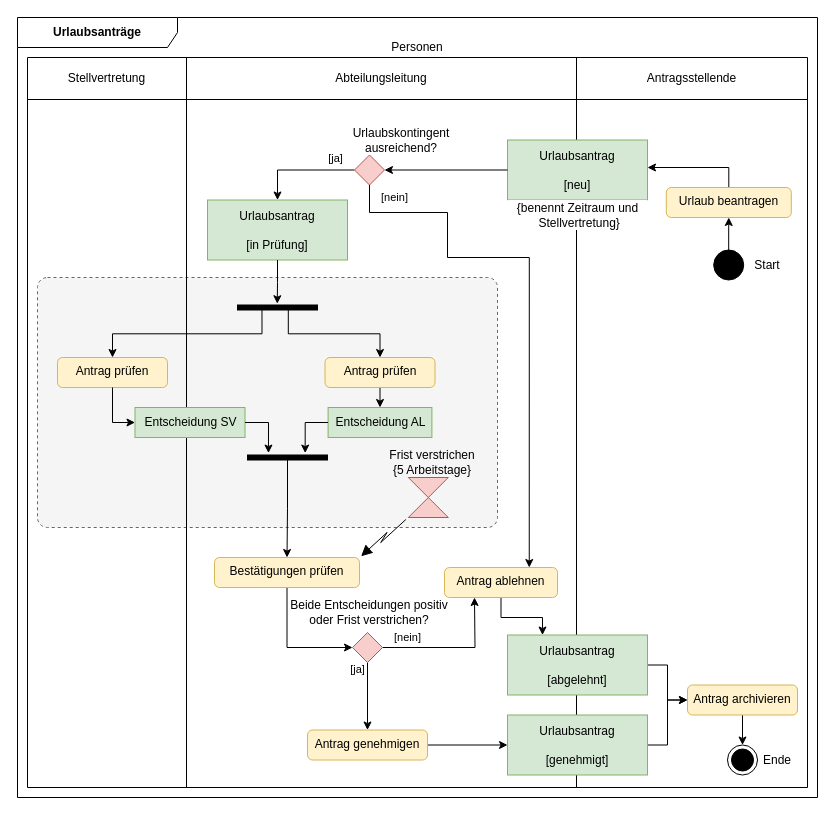
Above: page "v3" (3 of 3) of swt_h03/h03_A2.drawio in cortex359/matse-aachen.ws23 (draw.io), before the change. Source tidied: cells renumbered, new cells numbered last; positions are measured from the earlier drawing's top-left corner, leaving out a move shared by most shapes. Both pictures are drawn from the tidied source at 100%, with x=0, y=0 at pixel (17, 17).
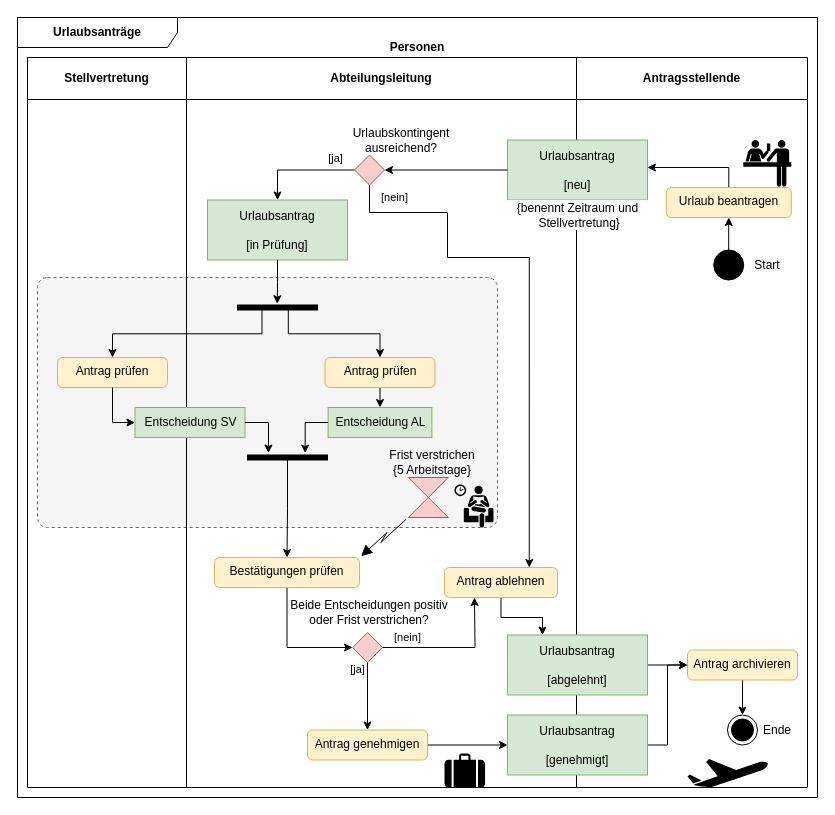
Above is the later version.

The change refers to these unchanged cells:
```xml
<mxCell id="2" value="Urlaubsanträge" style="shape=umlFrame;whiteSpace=wrap;html=1;width=160;fontStyle=1;" parent="1" vertex="1">
  <mxGeometry width="800" height="780" as="geometry" />
</mxCell>
<mxCell id="5" style="shape=partialRectangle;html=1;whiteSpace=wrap;fillColor=none;top=0;left=0;bottom=0;right=0;strokeColor=none;" parent="4" vertex="1">
  <mxGeometry y="20" width="780" height="42" as="geometry" />
</mxCell>
<mxCell id="49" value="Urlaubsantrag&lt;br&gt;&lt;br&gt;[genehmigt]" style="html=1;align=center;verticalAlign=middle;rounded=0;absoluteArcSize=1;arcSize=10;dashed=0;whiteSpace=wrap;fillColor=#d5e8d4;strokeColor=#82b366;" parent="2" vertex="1">
  <mxGeometry x="490" y="697.5" width="140" height="60" as="geometry" />
</mxCell>
```

Change to the diagram source:
```diff
@@
-    <mxCell id="4" value="Personen" style="shape=table;html=1;whiteSpace=wrap;startSize=20;childLayout=tableLayout;fillColor=none;swimlaneFillColor=none;strokeColor=none;flipH=0;flipV=0;direction=east;" parent="2" vertex="1">
+    <mxCell id="4" value="&lt;b&gt;Personen&lt;/b&gt;" style="shape=table;html=1;whiteSpace=wrap;startSize=20;childLayout=tableLayout;fillColor=none;swimlaneFillColor=none;strokeColor=none;flipH=0;flipV=0;direction=east;" parent="2" vertex="1">
       <mxGeometry x="10" y="20" width="780" height="750" as="geometry" />
     </mxCell>
@@
-    <mxCell id="6" value="Stellvertretung" style="shape=partialRectangle;html=1;whiteSpace=wrap;fillColor=none;top=1;left=1;bottom=1;right=1;overflow=hidden;flipH=1;" parent="5" vertex="1">
+    <mxCell id="6" value="Stellvertretung" style="shape=partialRectangle;html=1;whiteSpace=wrap;fillColor=none;top=1;left=1;bottom=1;right=1;overflow=hidden;flipH=1;fontStyle=1;" parent="5" vertex="1">
       <mxGeometry width="159" height="42" as="geometry" />
     </mxCell>
-    <mxCell id="7" value="Abteilungsleitung" style="shape=partialRectangle;html=1;whiteSpace=wrap;fillColor=none;top=1;left=1;bottom=1;right=1;overflow=hidden;" parent="5" vertex="1">
+    <mxCell id="7" value="Abteilungsleitung" style="shape=partialRectangle;html=1;whiteSpace=wrap;fillColor=none;top=1;left=1;bottom=1;right=1;overflow=hidden;fontStyle=1;" parent="5" vertex="1">
       <mxGeometry x="159" width="390" height="42" as="geometry" />
     </mxCell>
-    <mxCell id="8" value="Antragsstellende" style="shape=partialRectangle;html=1;whiteSpace=wrap;fillColor=none;top=1;left=1;bottom=1;right=1;overflow=hidden;" parent="5" vertex="1">
+    <mxCell id="8" value="Antragsstellende" style="shape=partialRectangle;html=1;whiteSpace=wrap;fillColor=none;top=1;left=1;bottom=1;right=1;overflow=hidden;fontStyle=1;" parent="5" vertex="1">
       <mxGeometry x="549" width="231" height="42" as="geometry" />
     </mxCell>
@@
     <mxCell id="24" value="Antrag archivieren" style="html=1;align=center;verticalAlign=top;rounded=1;absoluteArcSize=1;arcSize=10;dashed=0;whiteSpace=wrap;fillColor=#fff2cc;strokeColor=#d6b656;" parent="2" vertex="1">
-      <mxGeometry x="670" y="667.5" width="110" height="30" as="geometry" />
+      <mxGeometry x="670" y="632.5" width="110" height="30" as="geometry" />
     </mxCell>
     <mxCell id="25" style="ellipse;html=1;shape=endState;fillColor=strokeColor;" parent="2" vertex="1">
-      <mxGeometry x="710" y="727.5" width="30" height="30" as="geometry" />
+      <mxGeometry x="710" y="697.5" width="30" height="30" as="geometry" />
     </mxCell>
@@
     <mxCell id="41" style="group;" parent="2" vertex="1">
-      <mxGeometry x="370" y="430" width="90" height="70" as="geometry" />
+      <mxGeometry x="370" y="430" width="106" height="80" as="geometry" />
     </mxCell>
     <mxCell id="42" style="group;" parent="41" vertex="1">
-      <mxGeometry width="90" height="70" as="geometry" />
+      <mxGeometry width="106" height="80" as="geometry" />
     </mxCell>
@@
+    <mxCell id="65" style="shape=mxgraph.signs.people.waiting_room_2;html=1;fillColor=#000000;strokeColor=none;verticalLabelPosition=bottom;verticalAlign=top;align=center;sketch=0;" parent="42" vertex="1">
+      <mxGeometry x="67" y="37.1" width="39" height="42.9" as="geometry" />
+    </mxCell>
@@
-    <mxCell id="48" style="edgeStyle=orthogonalEdgeStyle;rounded=0;jettySize=auto;html=1;" parent="2" edge="1" source="49" target="24">
+    <mxCell id="48" style="edgeStyle=orthogonalEdgeStyle;rounded=0;jettySize=auto;html=1;entryX=0;entryY=0.5;entryDx=0;entryDy=0;" parent="2" edge="1" source="49" target="24">
       <mxGeometry relative="1" as="geometry" />
     </mxCell>
@@
     <mxCell id="62" value="Ende" style="text;html=1;strokeColor=none;fillColor=none;align=center;verticalAlign=middle;whiteSpace=wrap;rounded=0;" parent="2" vertex="1">
-      <mxGeometry x="730" y="727.5" width="60" height="30" as="geometry" />
+      <mxGeometry x="730" y="697.5" width="60" height="30" as="geometry" />
     </mxCell>
@@
+    <mxCell id="66" style="shape=mxgraph.signs.transportation.airplane_1;html=1;fillColor=#000000;strokeColor=none;verticalLabelPosition=bottom;verticalAlign=top;align=center;sketch=0;" parent="2" vertex="1">
+      <mxGeometry x="670" y="741.5" width="80.8" height="28.6" as="geometry" />
+    </mxCell>
+    <mxCell id="67" style="shape=mxgraph.signs.travel.ticket_purchase;html=1;fillColor=#000000;strokeColor=none;verticalLabelPosition=bottom;verticalAlign=top;align=center;sketch=0;" parent="2" vertex="1">
+      <mxGeometry x="725.8" y="122.5" width="48" height="47.5" as="geometry" />
+    </mxCell>
+    <mxCell id="68" style="shape=mxgraph.signs.travel.baggage;html=1;fillColor=#000000;strokeColor=none;verticalLabelPosition=bottom;verticalAlign=top;align=center;sketch=0;" parent="2" vertex="1">
+      <mxGeometry x="427" y="736" width="40.6" height="34" as="geometry" />
+    </mxCell>
```
